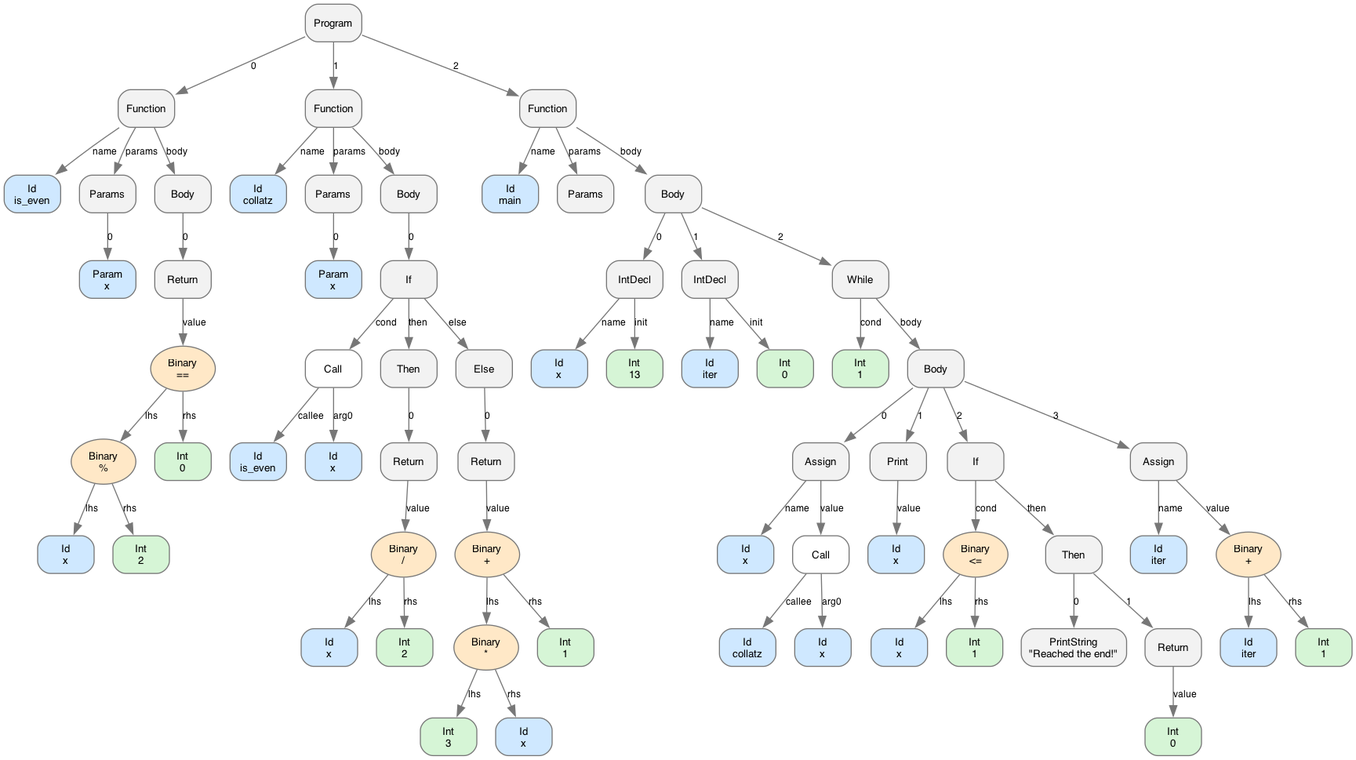
This is examples/simple.png from Daniel-Sinkin/ScriptInterpreterInCpp, a Graphviz export, as it was before one commit. Its source is kept beside it as examples/simple.dot. Its diagram source:
```dot
digraph AST {
  graph [rankdir=TB, fontname="Helvetica", fontsize=10];
  node  [fontname="Helvetica", fontsize=10, color="#777777"];
  edge  [fontname="Helvetica", fontsize=9, color="#777777"];

  n0 [label="Program", shape=box, style="rounded,filled", fillcolor="#f2f2f2"];
  n1 [label="Function", shape=box, style="rounded,filled", fillcolor="#f2f2f2"];
  n2 [label="Id\nis_even", shape=box, style="rounded,filled", fillcolor="#cfe8ff"];
  n1 -> n2 [label="name"];
  n3 [label="Params", shape=box, style="rounded,filled", fillcolor="#f2f2f2"];
  n1 -> n3 [label="params"];
  n4 [label="Param\nx", shape=box, style="rounded,filled", fillcolor="#cfe8ff"];
  n3 -> n4 [label="0"];
  n5 [label="Body", shape=box, style="rounded,filled", fillcolor="#f2f2f2"];
  n6 [label="Return", shape=box, style="rounded,filled", fillcolor="#f2f2f2"];
  n7 [label="Binary\n==", shape=ellipse, style="rounded,filled", fillcolor="#ffe8c7"];
  n8 [label="Binary\n%", shape=ellipse, style="rounded,filled", fillcolor="#ffe8c7"];
  n9 [label="Id\nx", shape=box, style="rounded,filled", fillcolor="#cfe8ff"];
  n10 [label="Int\n2", shape=box, style="rounded,filled", fillcolor="#d6f5d6"];
  n8 -> n9 [label="lhs"];
  n8 -> n10 [label="rhs"];
  n11 [label="Int\n0", shape=box, style="rounded,filled", fillcolor="#d6f5d6"];
  n7 -> n8 [label="lhs"];
  n7 -> n11 [label="rhs"];
  n6 -> n7 [label="value"];
  n5 -> n6 [label="0"];
  n1 -> n5 [label="body"];
  n0 -> n1 [label="0"];
  n12 [label="Function", shape=box, style="rounded,filled", fillcolor="#f2f2f2"];
  n13 [label="Id\ncollatz", shape=box, style="rounded,filled", fillcolor="#cfe8ff"];
  n12 -> n13 [label="name"];
  n14 [label="Params", shape=box, style="rounded,filled", fillcolor="#f2f2f2"];
  n12 -> n14 [label="params"];
  n15 [label="Param\nx", shape=box, style="rounded,filled", fillcolor="#cfe8ff"];
  n14 -> n15 [label="0"];
  n16 [label="Body", shape=box, style="rounded,filled", fillcolor="#f2f2f2"];
  n17 [label="If", shape=box, style="rounded,filled", fillcolor="#f2f2f2"];
  n18 [label="Call", shape=box, style="rounded,filled", fillcolor="#ffffff"];
  n19 [label="Id\nis_even", shape=box, style="rounded,filled", fillcolor="#cfe8ff"];
  n18 -> n19 [label="callee"];
  n20 [label="Id\nx", shape=box, style="rounded,filled", fillcolor="#cfe8ff"];
  n18 -> n20 [label="arg0"];
  n17 -> n18 [label="cond"];
  n21 [label="Then", shape=box, style="rounded,filled", fillcolor="#f2f2f2"];
  n22 [label="Return", shape=box, style="rounded,filled", fillcolor="#f2f2f2"];
  n23 [label="Binary\n/", shape=ellipse, style="rounded,filled", fillcolor="#ffe8c7"];
  n24 [label="Id\nx", shape=box, style="rounded,filled", fillcolor="#cfe8ff"];
  n25 [label="Int\n2", shape=box, style="rounded,filled", fillcolor="#d6f5d6"];
  n23 -> n24 [label="lhs"];
  n23 -> n25 [label="rhs"];
  n22 -> n23 [label="value"];
  n21 -> n22 [label="0"];
  n17 -> n21 [label="then"];
  n26 [label="Else", shape=box, style="rounded,filled", fillcolor="#f2f2f2"];
  n27 [label="Return", shape=box, style="rounded,filled", fillcolor="#f2f2f2"];
  n28 [label="Binary\n+", shape=ellipse, style="rounded,filled", fillcolor="#ffe8c7"];
  n29 [label="Binary\n*", shape=ellipse, style="rounded,filled", fillcolor="#ffe8c7"];
  n30 [label="Int\n3", shape=box, style="rounded,filled", fillcolor="#d6f5d6"];
  n31 [label="Id\nx", shape=box, style="rounded,filled", fillcolor="#cfe8ff"];
  n29 -> n30 [label="lhs"];
  n29 -> n31 [label="rhs"];
  n32 [label="Int\n1", shape=box, style="rounded,filled", fillcolor="#d6f5d6"];
  n28 -> n29 [label="lhs"];
  n28 -> n32 [label="rhs"];
  n27 -> n28 [label="value"];
  n26 -> n27 [label="0"];
  n17 -> n26 [label="else"];
  n16 -> n17 [label="0"];
  n12 -> n16 [label="body"];
  n0 -> n12 [label="1"];
  n33 [label="Function", shape=box, style="rounded,filled", fillcolor="#f2f2f2"];
  n34 [label="Id\nmain", shape=box, style="rounded,filled", fillcolor="#cfe8ff"];
  n33 -> n34 [label="name"];
  n35 [label="Params", shape=box, style="rounded,filled", fillcolor="#f2f2f2"];
  n33 -> n35 [label="params"];
  n36 [label="Body", shape=box, style="rounded,filled", fillcolor="#f2f2f2"];
  n37 [label="IntDecl", shape=box, style="rounded,filled", fillcolor="#f2f2f2"];
  n38 [label="Id\nx", shape=box, style="rounded,filled", fillcolor="#cfe8ff"];
  n37 -> n38 [label="name"];
  n39 [label="Int\n13", shape=box, style="rounded,filled", fillcolor="#d6f5d6"];
  n37 -> n39 [label="init"];
  n36 -> n37 [label="0"];
  n40 [label="IntDecl", shape=box, style="rounded,filled", fillcolor="#f2f2f2"];
  n41 [label="Id\niter", shape=box, style="rounded,filled", fillcolor="#cfe8ff"];
  n40 -> n41 [label="name"];
  n42 [label="Int\n0", shape=box, style="rounded,filled", fillcolor="#d6f5d6"];
  n40 -> n42 [label="init"];
  n36 -> n40 [label="1"];
  n43 [label="While", shape=box, style="rounded,filled", fillcolor="#f2f2f2"];
  n44 [label="Int\n1", shape=box, style="rounded,filled", fillcolor="#d6f5d6"];
  n43 -> n44 [label="cond"];
  n45 [label="Body", shape=box, style="rounded,filled", fillcolor="#f2f2f2"];
  n46 [label="Assign", shape=box, style="rounded,filled", fillcolor="#f2f2f2"];
  n47 [label="Id\nx", shape=box, style="rounded,filled", fillcolor="#cfe8ff"];
  n46 -> n47 [label="name"];
  n48 [label="Call", shape=box, style="rounded,filled", fillcolor="#ffffff"];
  n49 [label="Id\ncollatz", shape=box, style="rounded,filled", fillcolor="#cfe8ff"];
  n48 -> n49 [label="callee"];
  n50 [label="Id\nx", shape=box, style="rounded,filled", fillcolor="#cfe8ff"];
  n48 -> n50 [label="arg0"];
  n46 -> n48 [label="value"];
  n45 -> n46 [label="0"];
  n51 [label="Print", shape=box, style="rounded,filled", fillcolor="#f2f2f2"];
  n52 [label="Id\nx", shape=box, style="rounded,filled", fillcolor="#cfe8ff"];
  n51 -> n52 [label="value"];
  n45 -> n51 [label="1"];
  n53 [label="If", shape=box, style="rounded,filled", fillcolor="#f2f2f2"];
  n54 [label="Binary\n<=", shape=ellipse, style="rounded,filled", fillcolor="#ffe8c7"];
  n55 [label="Id\nx", shape=box, style="rounded,filled", fillcolor="#cfe8ff"];
  n56 [label="Int\n1", shape=box, style="rounded,filled", fillcolor="#d6f5d6"];
  n54 -> n55 [label="lhs"];
  n54 -> n56 [label="rhs"];
  n53 -> n54 [label="cond"];
  n57 [label="Then", shape=box, style="rounded,filled", fillcolor="#f2f2f2"];
  n58 [label="PrintString\n\"Reached the end!\"", shape=box, style="rounded,filled", fillcolor="#f2f2f2"];
  n57 -> n58 [label="0"];
  n59 [label="Return", shape=box, style="rounded,filled", fillcolor="#f2f2f2"];
  n60 [label="Int\n0", shape=box, style="rounded,filled", fillcolor="#d6f5d6"];
  n59 -> n60 [label="value"];
  n57 -> n59 [label="1"];
  n53 -> n57 [label="then"];
  n45 -> n53 [label="2"];
  n61 [label="Assign", shape=box, style="rounded,filled", fillcolor="#f2f2f2"];
  n62 [label="Id\niter", shape=box, style="rounded,filled", fillcolor="#cfe8ff"];
  n61 -> n62 [label="name"];
  n63 [label="Binary\n+", shape=ellipse, style="rounded,filled", fillcolor="#ffe8c7"];
  n64 [label="Id\niter", shape=box, style="rounded,filled", fillcolor="#cfe8ff"];
  n65 [label="Int\n1", shape=box, style="rounded,filled", fillcolor="#d6f5d6"];
  n63 -> n64 [label="lhs"];
  n63 -> n65 [label="rhs"];
  n61 -> n63 [label="value"];
  n45 -> n61 [label="3"];
  n43 -> n45 [label="body"];
  n36 -> n43 [label="2"];
  n33 -> n36 [label="body"];
  n0 -> n33 [label="2"];
}
```
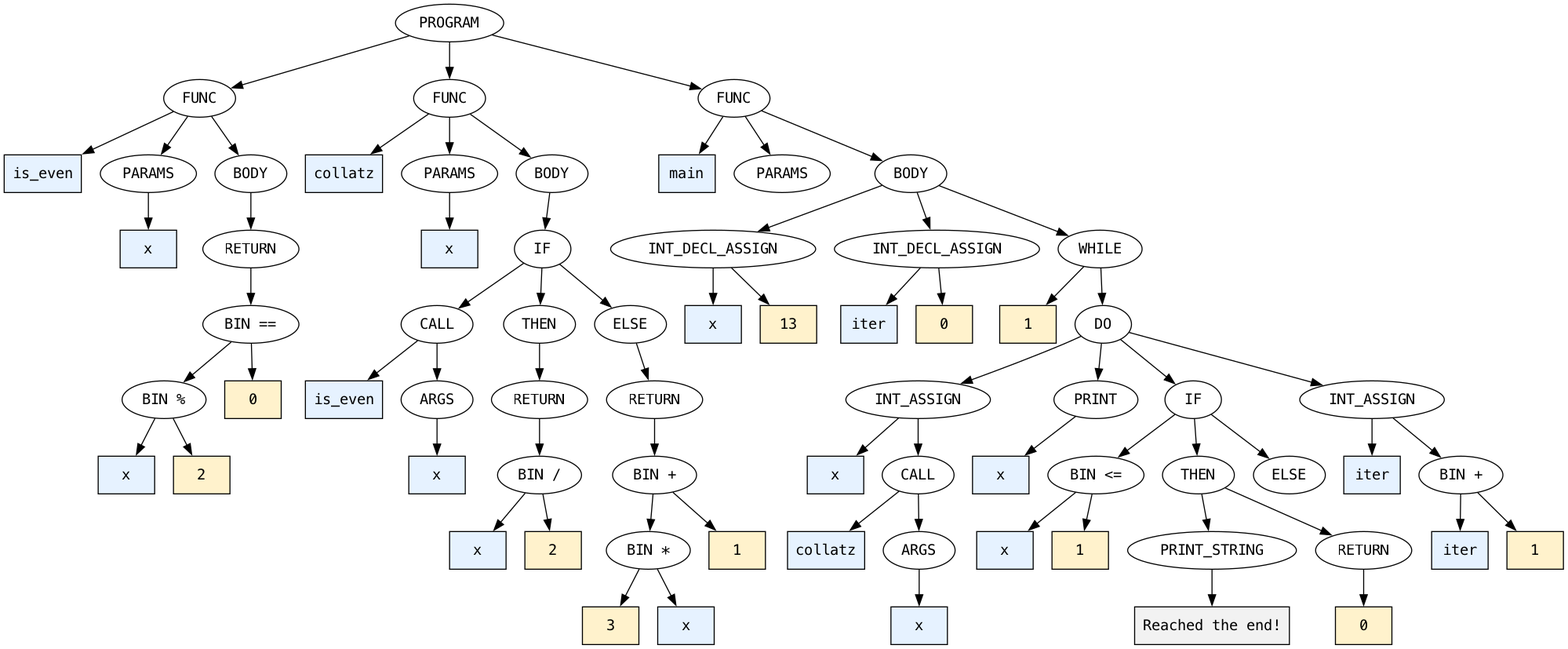
The same file after the commit.

The edit, as a diff of the source:
```diff
@@ -1,137 +1,142 @@
 digraph AST {
-  graph [rankdir=TB, fontname="Helvetica", fontsize=10];
-  node  [fontname="Helvetica", fontsize=10, color="#777777"];
-  edge  [fontname="Helvetica", fontsize=9, color="#777777"];
-
-  n0 [label="Program", shape=box, style="rounded,filled", fillcolor="#f2f2f2"];
-  n1 [label="Function", shape=box, style="rounded,filled", fillcolor="#f2f2f2"];
-  n2 [label="Id\nis_even", shape=box, style="rounded,filled", fillcolor="#cfe8ff"];
-  n1 -> n2 [label="name"];
-  n3 [label="Params", shape=box, style="rounded,filled", fillcolor="#f2f2f2"];
-  n1 -> n3 [label="params"];
-  n4 [label="Param\nx", shape=box, style="rounded,filled", fillcolor="#cfe8ff"];
-  n3 -> n4 [label="0"];
-  n5 [label="Body", shape=box, style="rounded,filled", fillcolor="#f2f2f2"];
-  n6 [label="Return", shape=box, style="rounded,filled", fillcolor="#f2f2f2"];
-  n7 [label="Binary\n==", shape=ellipse, style="rounded,filled", fillcolor="#ffe8c7"];
-  n8 [label="Binary\n%", shape=ellipse, style="rounded,filled", fillcolor="#ffe8c7"];
-  n9 [label="Id\nx", shape=box, style="rounded,filled", fillcolor="#cfe8ff"];
-  n10 [label="Int\n2", shape=box, style="rounded,filled", fillcolor="#d6f5d6"];
-  n8 -> n9 [label="lhs"];
-  n8 -> n10 [label="rhs"];
-  n11 [label="Int\n0", shape=box, style="rounded,filled", fillcolor="#d6f5d6"];
-  n7 -> n8 [label="lhs"];
-  n7 -> n11 [label="rhs"];
-  n6 -> n7 [label="value"];
-  n5 -> n6 [label="0"];
-  n1 -> n5 [label="body"];
-  n0 -> n1 [label="0"];
-  n12 [label="Function", shape=box, style="rounded,filled", fillcolor="#f2f2f2"];
-  n13 [label="Id\ncollatz", shape=box, style="rounded,filled", fillcolor="#cfe8ff"];
-  n12 -> n13 [label="name"];
-  n14 [label="Params", shape=box, style="rounded,filled", fillcolor="#f2f2f2"];
-  n12 -> n14 [label="params"];
-  n15 [label="Param\nx", shape=box, style="rounded,filled", fillcolor="#cfe8ff"];
-  n14 -> n15 [label="0"];
-  n16 [label="Body", shape=box, style="rounded,filled", fillcolor="#f2f2f2"];
-  n17 [label="If", shape=box, style="rounded,filled", fillcolor="#f2f2f2"];
-  n18 [label="Call", shape=box, style="rounded,filled", fillcolor="#ffffff"];
-  n19 [label="Id\nis_even", shape=box, style="rounded,filled", fillcolor="#cfe8ff"];
-  n18 -> n19 [label="callee"];
-  n20 [label="Id\nx", shape=box, style="rounded,filled", fillcolor="#cfe8ff"];
-  n18 -> n20 [label="arg0"];
-  n17 -> n18 [label="cond"];
-  n21 [label="Then", shape=box, style="rounded,filled", fillcolor="#f2f2f2"];
-  n22 [label="Return", shape=box, style="rounded,filled", fillcolor="#f2f2f2"];
-  n23 [label="Binary\n/", shape=ellipse, style="rounded,filled", fillcolor="#ffe8c7"];
-  n24 [label="Id\nx", shape=box, style="rounded,filled", fillcolor="#cfe8ff"];
-  n25 [label="Int\n2", shape=box, style="rounded,filled", fillcolor="#d6f5d6"];
-  n23 -> n24 [label="lhs"];
-  n23 -> n25 [label="rhs"];
-  n22 -> n23 [label="value"];
-  n21 -> n22 [label="0"];
-  n17 -> n21 [label="then"];
-  n26 [label="Else", shape=box, style="rounded,filled", fillcolor="#f2f2f2"];
-  n27 [label="Return", shape=box, style="rounded,filled", fillcolor="#f2f2f2"];
-  n28 [label="Binary\n+", shape=ellipse, style="rounded,filled", fillcolor="#ffe8c7"];
-  n29 [label="Binary\n*", shape=ellipse, style="rounded,filled", fillcolor="#ffe8c7"];
-  n30 [label="Int\n3", shape=box, style="rounded,filled", fillcolor="#d6f5d6"];
-  n31 [label="Id\nx", shape=box, style="rounded,filled", fillcolor="#cfe8ff"];
-  n29 -> n30 [label="lhs"];
-  n29 -> n31 [label="rhs"];
-  n32 [label="Int\n1", shape=box, style="rounded,filled", fillcolor="#d6f5d6"];
-  n28 -> n29 [label="lhs"];
-  n28 -> n32 [label="rhs"];
-  n27 -> n28 [label="value"];
-  n26 -> n27 [label="0"];
-  n17 -> n26 [label="else"];
-  n16 -> n17 [label="0"];
-  n12 -> n16 [label="body"];
-  n0 -> n12 [label="1"];
-  n33 [label="Function", shape=box, style="rounded,filled", fillcolor="#f2f2f2"];
-  n34 [label="Id\nmain", shape=box, style="rounded,filled", fillcolor="#cfe8ff"];
-  n33 -> n34 [label="name"];
-  n35 [label="Params", shape=box, style="rounded,filled", fillcolor="#f2f2f2"];
-  n33 -> n35 [label="params"];
-  n36 [label="Body", shape=box, style="rounded,filled", fillcolor="#f2f2f2"];
-  n37 [label="IntDecl", shape=box, style="rounded,filled", fillcolor="#f2f2f2"];
-  n38 [label="Id\nx", shape=box, style="rounded,filled", fillcolor="#cfe8ff"];
-  n37 -> n38 [label="name"];
-  n39 [label="Int\n13", shape=box, style="rounded,filled", fillcolor="#d6f5d6"];
-  n37 -> n39 [label="init"];
-  n36 -> n37 [label="0"];
-  n40 [label="IntDecl", shape=box, style="rounded,filled", fillcolor="#f2f2f2"];
-  n41 [label="Id\niter", shape=box, style="rounded,filled", fillcolor="#cfe8ff"];
-  n40 -> n41 [label="name"];
-  n42 [label="Int\n0", shape=box, style="rounded,filled", fillcolor="#d6f5d6"];
-  n40 -> n42 [label="init"];
-  n36 -> n40 [label="1"];
-  n43 [label="While", shape=box, style="rounded,filled", fillcolor="#f2f2f2"];
-  n44 [label="Int\n1", shape=box, style="rounded,filled", fillcolor="#d6f5d6"];
-  n43 -> n44 [label="cond"];
-  n45 [label="Body", shape=box, style="rounded,filled", fillcolor="#f2f2f2"];
-  n46 [label="Assign", shape=box, style="rounded,filled", fillcolor="#f2f2f2"];
-  n47 [label="Id\nx", shape=box, style="rounded,filled", fillcolor="#cfe8ff"];
-  n46 -> n47 [label="name"];
-  n48 [label="Call", shape=box, style="rounded,filled", fillcolor="#ffffff"];
-  n49 [label="Id\ncollatz", shape=box, style="rounded,filled", fillcolor="#cfe8ff"];
-  n48 -> n49 [label="callee"];
-  n50 [label="Id\nx", shape=box, style="rounded,filled", fillcolor="#cfe8ff"];
-  n48 -> n50 [label="arg0"];
-  n46 -> n48 [label="value"];
-  n45 -> n46 [label="0"];
-  n51 [label="Print", shape=box, style="rounded,filled", fillcolor="#f2f2f2"];
-  n52 [label="Id\nx", shape=box, style="rounded,filled", fillcolor="#cfe8ff"];
-  n51 -> n52 [label="value"];
-  n45 -> n51 [label="1"];
-  n53 [label="If", shape=box, style="rounded,filled", fillcolor="#f2f2f2"];
-  n54 [label="Binary\n<=", shape=ellipse, style="rounded,filled", fillcolor="#ffe8c7"];
-  n55 [label="Id\nx", shape=box, style="rounded,filled", fillcolor="#cfe8ff"];
-  n56 [label="Int\n1", shape=box, style="rounded,filled", fillcolor="#d6f5d6"];
-  n54 -> n55 [label="lhs"];
-  n54 -> n56 [label="rhs"];
-  n53 -> n54 [label="cond"];
-  n57 [label="Then", shape=box, style="rounded,filled", fillcolor="#f2f2f2"];
-  n58 [label="PrintString\n\"Reached the end!\"", shape=box, style="rounded,filled", fillcolor="#f2f2f2"];
-  n57 -> n58 [label="0"];
-  n59 [label="Return", shape=box, style="rounded,filled", fillcolor="#f2f2f2"];
-  n60 [label="Int\n0", shape=box, style="rounded,filled", fillcolor="#d6f5d6"];
-  n59 -> n60 [label="value"];
-  n57 -> n59 [label="1"];
-  n53 -> n57 [label="then"];
-  n45 -> n53 [label="2"];
-  n61 [label="Assign", shape=box, style="rounded,filled", fillcolor="#f2f2f2"];
-  n62 [label="Id\niter", shape=box, style="rounded,filled", fillcolor="#cfe8ff"];
-  n61 -> n62 [label="name"];
-  n63 [label="Binary\n+", shape=ellipse, style="rounded,filled", fillcolor="#ffe8c7"];
-  n64 [label="Id\niter", shape=box, style="rounded,filled", fillcolor="#cfe8ff"];
-  n65 [label="Int\n1", shape=box, style="rounded,filled", fillcolor="#d6f5d6"];
-  n63 -> n64 [label="lhs"];
-  n63 -> n65 [label="rhs"];
-  n61 -> n63 [label="value"];
-  n45 -> n61 [label="3"];
-  n43 -> n45 [label="body"];
-  n36 -> n43 [label="2"];
-  n33 -> n36 [label="body"];
-  n0 -> n33 [label="2"];
+  node [fontname="monospace"];
+  n0 [label="PROGRAM"];
+  n1 [label="FUNC"];
+  n2 [label="is_even", shape=box, style=filled, fillcolor="#e6f2ff"];
+  n3 [label="PARAMS"];
+  n4 [label="x", shape=box, style=filled, fillcolor="#e6f2ff"];
+  n5 [label="BODY"];
+  n6 [label="RETURN"];
+  n7 [label="BIN =="];
+  n8 [label="BIN %"];
+  n9 [label="x", shape=box, style=filled, fillcolor="#e6f2ff"];
+  n10 [label="2", shape=box, style=filled, fillcolor="#fff2cc"];
+  n11 [label="0", shape=box, style=filled, fillcolor="#fff2cc"];
+  n12 [label="FUNC"];
+  n13 [label="collatz", shape=box, style=filled, fillcolor="#e6f2ff"];
+  n14 [label="PARAMS"];
+  n15 [label="x", shape=box, style=filled, fillcolor="#e6f2ff"];
+  n16 [label="BODY"];
+  n17 [label="IF"];
+  n18 [label="CALL"];
+  n19 [label="is_even", shape=box, style=filled, fillcolor="#e6f2ff"];
+  n20 [label="ARGS"];
+  n21 [label="x", shape=box, style=filled, fillcolor="#e6f2ff"];
+  n22 [label="THEN"];
+  n23 [label="RETURN"];
+  n24 [label="BIN /"];
+  n25 [label="x", shape=box, style=filled, fillcolor="#e6f2ff"];
+  n26 [label="2", shape=box, style=filled, fillcolor="#fff2cc"];
+  n27 [label="ELSE"];
+  n28 [label="RETURN"];
+  n29 [label="BIN +"];
+  n30 [label="BIN *"];
+  n31 [label="3", shape=box, style=filled, fillcolor="#fff2cc"];
+  n32 [label="x", shape=box, style=filled, fillcolor="#e6f2ff"];
+  n33 [label="1", shape=box, style=filled, fillcolor="#fff2cc"];
+  n34 [label="FUNC"];
+  n35 [label="main", shape=box, style=filled, fillcolor="#e6f2ff"];
+  n36 [label="PARAMS"];
+  n37 [label="BODY"];
+  n38 [label="INT_DECL_ASSIGN"];
+  n39 [label="x", shape=box, style=filled, fillcolor="#e6f2ff"];
+  n40 [label="13", shape=box, style=filled, fillcolor="#fff2cc"];
+  n41 [label="INT_DECL_ASSIGN"];
+  n42 [label="iter", shape=box, style=filled, fillcolor="#e6f2ff"];
+  n43 [label="0", shape=box, style=filled, fillcolor="#fff2cc"];
+  n44 [label="WHILE"];
+  n45 [label="1", shape=box, style=filled, fillcolor="#fff2cc"];
+  n46 [label="DO"];
+  n47 [label="INT_ASSIGN"];
+  n48 [label="x", shape=box, style=filled, fillcolor="#e6f2ff"];
+  n49 [label="CALL"];
+  n50 [label="collatz", shape=box, style=filled, fillcolor="#e6f2ff"];
+  n51 [label="ARGS"];
+  n52 [label="x", shape=box, style=filled, fillcolor="#e6f2ff"];
+  n53 [label="PRINT"];
+  n54 [label="x", shape=box, style=filled, fillcolor="#e6f2ff"];
+  n55 [label="IF"];
+  n56 [label="BIN <="];
+  n57 [label="x", shape=box, style=filled, fillcolor="#e6f2ff"];
+  n58 [label="1", shape=box, style=filled, fillcolor="#fff2cc"];
+  n59 [label="THEN"];
+  n60 [label="PRINT_STRING"];
+  n61 [label="Reached the end!", shape=box, style=filled, fillcolor="#f2f2f2"];
+  n62 [label="RETURN"];
+  n63 [label="0", shape=box, style=filled, fillcolor="#fff2cc"];
+  n64 [label="ELSE"];
+  n65 [label="INT_ASSIGN"];
+  n66 [label="iter", shape=box, style=filled, fillcolor="#e6f2ff"];
+  n67 [label="BIN +"];
+  n68 [label="iter", shape=box, style=filled, fillcolor="#e6f2ff"];
+  n69 [label="1", shape=box, style=filled, fillcolor="#fff2cc"];
+  n1 -> n2;
+  n1 -> n3;
+  n3 -> n4;
+  n8 -> n9;
+  n8 -> n10;
+  n7 -> n8;
+  n7 -> n11;
+  n6 -> n7;
+  n5 -> n6;
+  n1 -> n5;
+  n0 -> n1;
+  n12 -> n13;
+  n12 -> n14;
+  n14 -> n15;
+  n18 -> n19;
+  n18 -> n20;
+  n20 -> n21;
+  n17 -> n18;
+  n24 -> n25;
+  n24 -> n26;
+  n23 -> n24;
+  n22 -> n23;
+  n17 -> n22;
+  n30 -> n31;
+  n30 -> n32;
+  n29 -> n30;
+  n29 -> n33;
+  n28 -> n29;
+  n27 -> n28;
+  n17 -> n27;
+  n16 -> n17;
+  n12 -> n16;
+  n0 -> n12;
+  n34 -> n35;
+  n34 -> n36;
+  n38 -> n39;
+  n38 -> n40;
+  n37 -> n38;
+  n41 -> n42;
+  n41 -> n43;
+  n37 -> n41;
+  n44 -> n45;
+  n47 -> n48;
+  n49 -> n50;
+  n49 -> n51;
+  n51 -> n52;
+  n47 -> n49;
+  n46 -> n47;
+  n53 -> n54;
+  n46 -> n53;
+  n56 -> n57;
+  n56 -> n58;
+  n55 -> n56;
+  n60 -> n61;
+  n59 -> n60;
+  n62 -> n63;
+  n59 -> n62;
+  n55 -> n59;
+  n55 -> n64;
+  n46 -> n55;
+  n65 -> n66;
+  n67 -> n68;
+  n67 -> n69;
+  n65 -> n67;
+  n46 -> n65;
+  n44 -> n46;
+  n37 -> n44;
+  n34 -> n37;
+  n0 -> n34;
 }
```
